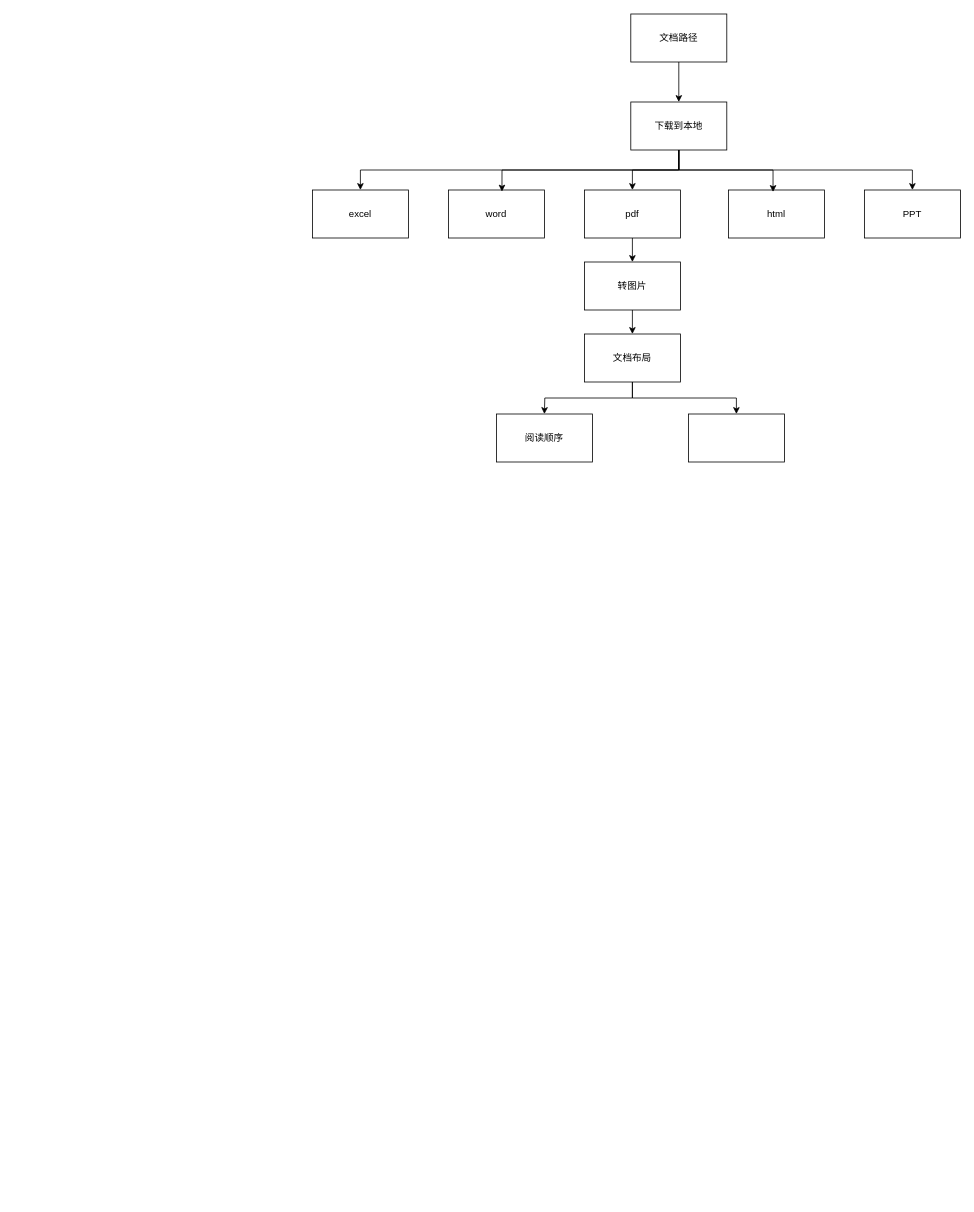
This is Untitled Diagram.drawio from archwolf118/AI, a draw.io file, before an edit. Source tidied: cells renumbered, new cells numbered last; positions are measured from the earlier drawing's top-left corner, leaving out a move shared by most shapes. Both pictures are drawn from the tidied source at 80%, with x=0, y=0 at pixel (312, 14).
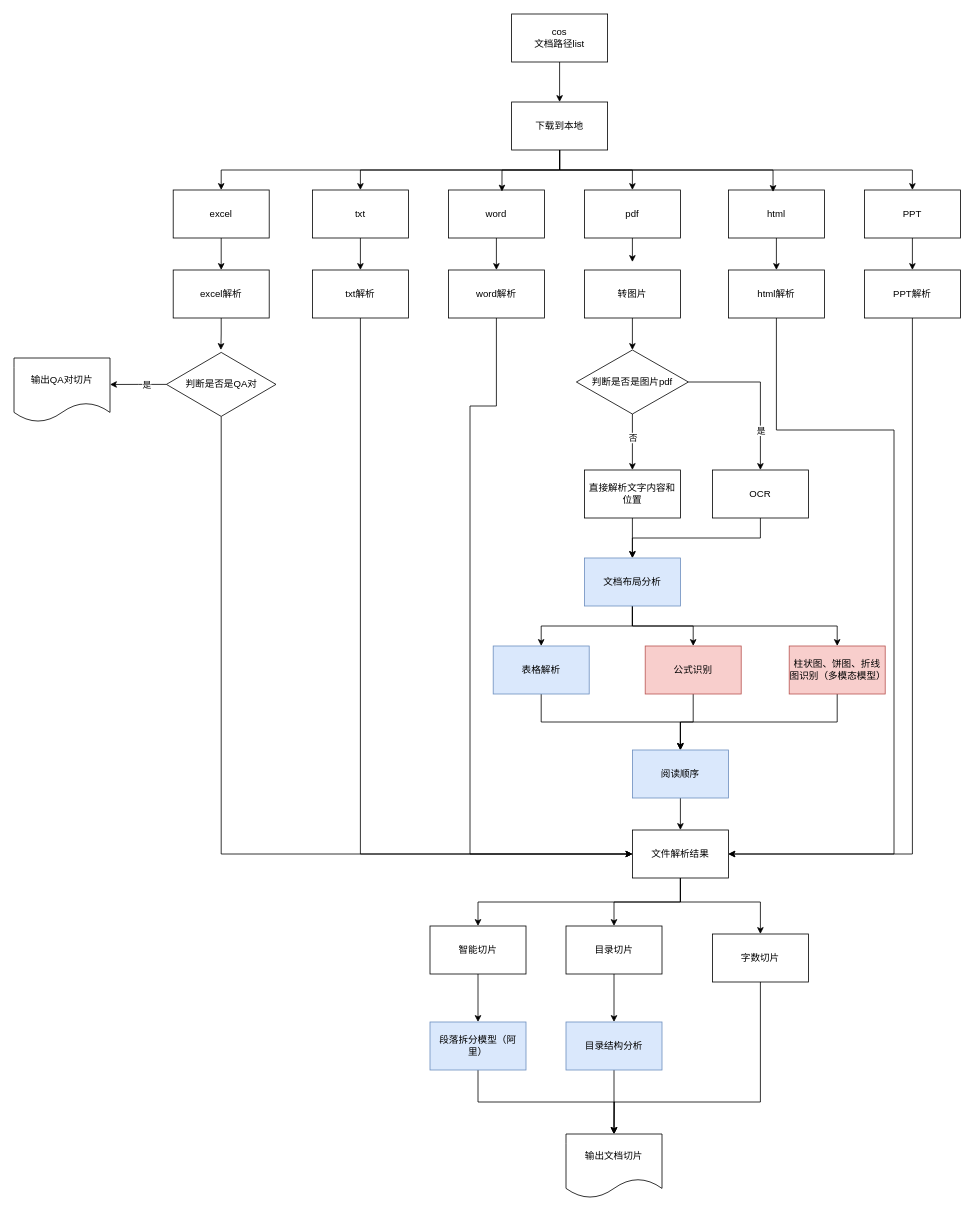
Above is the later version.

The change refers to these unchanged cells:
```xml
<mxCell id="9" value="word" style="rounded=0;whiteSpace=wrap;html=1;" parent="1" vertex="1">
  <mxGeometry x="170" y="220" width="120" height="60" as="geometry" />
</mxCell>
<mxCell id="11" value="pdf" style="rounded=0;whiteSpace=wrap;html=1;" parent="1" vertex="1">
  <mxGeometry x="340" y="220" width="120" height="60" as="geometry" />
</mxCell>
<mxCell id="12" value="html" style="rounded=0;whiteSpace=wrap;html=1;" parent="1" vertex="1">
  <mxGeometry x="520" y="220" width="120" height="60" as="geometry" />
</mxCell>
<mxCell id="15" value="PPT" style="rounded=0;whiteSpace=wrap;html=1;" parent="1" vertex="1">
  <mxGeometry x="690" y="220" width="120" height="60" as="geometry" />
</mxCell>
```

What changed in the source:
```diff
@@
-    <mxCell id="3" value="文档路径" style="rounded=0;whiteSpace=wrap;html=1;" parent="1" vertex="1">
-      <mxGeometry x="398" width="120" height="60" as="geometry" />
+    <mxCell id="3" value="cos&lt;div&gt;文档路径list&lt;/div&gt;" style="rounded=0;whiteSpace=wrap;html=1;" parent="1" vertex="1">
+      <mxGeometry x="249" width="120" height="60" as="geometry" />
     </mxCell>
@@
+    <mxCell id="23" style="edgeStyle=orthogonalEdgeStyle;rounded=0;jettySize=auto;html=1;exitX=0.5;exitY=1;exitDx=0;exitDy=0;" parent="1" edge="1" source="7" target="45">
+      <mxGeometry relative="1" as="geometry" />
+    </mxCell>
     <mxCell id="7" value="下载到本地" style="rounded=0;whiteSpace=wrap;html=1;" parent="1" vertex="1">
-      <mxGeometry x="398" y="110" width="120" height="60" as="geometry" />
+      <mxGeometry x="249" y="110" width="120" height="60" as="geometry" />
     </mxCell>
+    <mxCell id="24" style="edgeStyle=orthogonalEdgeStyle;rounded=0;jettySize=auto;html=1;exitX=0.5;exitY=1;exitDx=0;exitDy=0;entryX=0.5;entryY=0;entryDx=0;entryDy=0;" parent="1" edge="1" source="8" target="64">
+      <mxGeometry relative="1" as="geometry" />
+    </mxCell>
-    <mxCell id="8" value="excel" style="rounded=0;whiteSpace=wrap;html=1;" parent="1" vertex="1">
+    <mxCell id="8" value="txt" style="rounded=0;whiteSpace=wrap;html=1;" parent="1" vertex="1">
       <mxGeometry y="220" width="120" height="60" as="geometry" />
     </mxCell>
+    <mxCell id="25" style="edgeStyle=orthogonalEdgeStyle;rounded=0;jettySize=auto;html=1;exitX=0.5;exitY=1;exitDx=0;exitDy=0;entryX=0.5;entryY=0;entryDx=0;entryDy=0;" parent="1" edge="1" source="9" target="62">
+      <mxGeometry relative="1" as="geometry" />
+    </mxCell>
@@
-    <mxCell id="10" style="edgeStyle=orthogonalEdgeStyle;rounded=0;jettySize=auto;html=1;exitX=0.5;exitY=1;exitDx=0;exitDy=0;entryX=0.5;entryY=0;entryDx=0;entryDy=0;" parent="1" edge="1" source="11" target="17">
-      <mxGeometry relative="1" as="geometry" />
-    </mxCell>
+    <mxCell id="26" style="edgeStyle=orthogonalEdgeStyle;rounded=0;jettySize=auto;html=1;exitX=0.5;exitY=1;exitDx=0;exitDy=0;entryX=0.5;entryY=0;entryDx=0;entryDy=0;" parent="1" edge="1" source="11">
+      <mxGeometry relative="1" as="geometry">
+        <mxPoint x="400" y="310" as="targetPoint" />
+      </mxGeometry>
+    </mxCell>
@@
+    <mxCell id="27" style="edgeStyle=orthogonalEdgeStyle;rounded=0;jettySize=auto;html=1;exitX=0.5;exitY=1;exitDx=0;exitDy=0;" parent="1" edge="1" source="12" target="55">
+      <mxGeometry relative="1" as="geometry" />
+    </mxCell>
@@
+    <mxCell id="28" style="edgeStyle=orthogonalEdgeStyle;rounded=0;jettySize=auto;html=1;exitX=0.5;exitY=1;exitDx=0;exitDy=0;entryX=0.5;entryY=0;entryDx=0;entryDy=0;" parent="1" edge="1" source="15" target="57">
+      <mxGeometry relative="1" as="geometry" />
+    </mxCell>
@@
-    <mxCell id="16" style="edgeStyle=orthogonalEdgeStyle;rounded=0;jettySize=auto;html=1;exitX=0.5;exitY=1;exitDx=0;exitDy=0;" parent="1" edge="1" source="17">
-      <mxGeometry relative="1" as="geometry">
-        <mxPoint x="400" y="400" as="targetPoint" />
-      </mxGeometry>
-    </mxCell>
-    <mxCell id="17" value="转图片" style="rounded=0;whiteSpace=wrap;html=1;" parent="1" vertex="1">
-      <mxGeometry x="340" y="310" width="120" height="60" as="geometry" />
-    </mxCell>
-    <mxCell id="18" style="edgeStyle=orthogonalEdgeStyle;rounded=0;jettySize=auto;html=1;exitX=0.5;exitY=1;exitDx=0;exitDy=0;" parent="1" edge="1" source="20">
-      <mxGeometry relative="1" as="geometry">
-        <mxPoint x="290" y="500" as="targetPoint" />
-      </mxGeometry>
-    </mxCell>
-    <mxCell id="19" style="edgeStyle=orthogonalEdgeStyle;rounded=0;jettySize=auto;html=1;exitX=0.5;exitY=1;exitDx=0;exitDy=0;" parent="1" edge="1" source="20" target="22">
-      <mxGeometry relative="1" as="geometry" />
-    </mxCell>
-    <mxCell id="20" value="文档布局" style="rounded=0;whiteSpace=wrap;html=1;" parent="1" vertex="1">
-      <mxGeometry x="340" y="400" width="120" height="60" as="geometry" />
-    </mxCell>
+    <mxCell id="29" style="edgeStyle=orthogonalEdgeStyle;rounded=0;jettySize=auto;html=1;exitX=0.5;exitY=1;exitDx=0;exitDy=0;entryX=0.5;entryY=0;entryDx=0;entryDy=0;" parent="1" edge="1" source="21" target="66">
+      <mxGeometry relative="1" as="geometry" />
+    </mxCell>
-    <mxCell id="21" value="阅读顺序" style="rounded=0;whiteSpace=wrap;html=1;" parent="1" vertex="1">
-      <mxGeometry x="230" y="500" width="120" height="60" as="geometry" />
+    <mxCell id="21" value="表格解析" style="rounded=0;whiteSpace=wrap;html=1;fillColor=#dae8fc;strokeColor=#6c8ebf;" parent="1" vertex="1">
+      <mxGeometry x="226" y="790" width="120" height="60" as="geometry" />
     </mxCell>
+    <mxCell id="30" style="edgeStyle=orthogonalEdgeStyle;rounded=0;jettySize=auto;html=1;exitX=0.5;exitY=1;exitDx=0;exitDy=0;entryX=0.5;entryY=0;entryDx=0;entryDy=0;" parent="1" edge="1" source="22" target="35">
+      <mxGeometry relative="1" as="geometry" />
+    </mxCell>
-    <mxCell id="22" style="rounded=0;whiteSpace=wrap;html=1;" parent="1" vertex="1">
-      <mxGeometry x="470" y="500" width="120" height="60" as="geometry" />
+    <mxCell id="22" value="转图片" style="rounded=0;whiteSpace=wrap;html=1;" parent="1" vertex="1">
+      <mxGeometry x="340" y="320" width="120" height="60" as="geometry" />
     </mxCell>
+    <mxCell id="31" style="edgeStyle=orthogonalEdgeStyle;rounded=0;jettySize=auto;html=1;exitX=1;exitY=0.5;exitDx=0;exitDy=0;" parent="1" edge="1" source="35" target="37">
+      <mxGeometry relative="1" as="geometry" />
+    </mxCell>
+    <mxCell id="32" value="是" style="edgeLabel;html=1;align=center;verticalAlign=middle;" parent="31" vertex="1">
+      <mxGeometry x="-0.05" relative="1" as="geometry">
+        <mxPoint y="55" as="offset" />
+      </mxGeometry>
+    </mxCell>
+    <mxCell id="33" style="edgeStyle=orthogonalEdgeStyle;rounded=0;jettySize=auto;html=1;exitX=0.5;exitY=1;exitDx=0;exitDy=0;" parent="1" edge="1" source="35">
+      <mxGeometry relative="1" as="geometry">
+        <mxPoint x="400" y="570" as="targetPoint" />
+      </mxGeometry>
+    </mxCell>
+    <mxCell id="34" value="否" style="edgeLabel;html=1;align=center;verticalAlign=middle;" parent="33" vertex="1">
+      <mxGeometry x="-0.23" y="2" relative="1" as="geometry">
+        <mxPoint x="-2" y="2" as="offset" />
+      </mxGeometry>
+    </mxCell>
+    <mxCell id="35" value="判断是否是图片pdf" style="rhombus;whiteSpace=wrap;html=1;" parent="1" vertex="1">
+      <mxGeometry x="330" y="420" width="140" height="80" as="geometry" />
+    </mxCell>
+    <mxCell id="36" style="edgeStyle=orthogonalEdgeStyle;rounded=0;jettySize=auto;html=1;exitX=0.5;exitY=1;exitDx=0;exitDy=0;entryX=0.5;entryY=0;entryDx=0;entryDy=0;" parent="1" edge="1" source="37" target="43">
+      <mxGeometry relative="1" as="geometry" />
+    </mxCell>
+    <mxCell id="37" value="OCR" style="rounded=0;whiteSpace=wrap;html=1;" parent="1" vertex="1">
+      <mxGeometry x="500" y="570" width="120" height="60" as="geometry" />
+    </mxCell>
+    <mxCell id="38" style="edgeStyle=orthogonalEdgeStyle;rounded=0;jettySize=auto;html=1;exitX=0.5;exitY=1;exitDx=0;exitDy=0;" parent="1" edge="1" source="39" target="43">
+      <mxGeometry relative="1" as="geometry" />
+    </mxCell>
+    <mxCell id="39" value="直接解析文字内容和位置" style="rounded=0;whiteSpace=wrap;html=1;" parent="1" vertex="1">
+      <mxGeometry x="340" y="570" width="120" height="60" as="geometry" />
+    </mxCell>
+    <mxCell id="40" style="edgeStyle=orthogonalEdgeStyle;rounded=0;jettySize=auto;html=1;exitX=0.5;exitY=1;exitDx=0;exitDy=0;entryX=0.5;entryY=0;entryDx=0;entryDy=0;" parent="1" edge="1" source="43" target="21">
+      <mxGeometry relative="1" as="geometry" />
+    </mxCell>
+    <mxCell id="41" style="edgeStyle=orthogonalEdgeStyle;rounded=0;jettySize=auto;html=1;exitX=0.5;exitY=1;exitDx=0;exitDy=0;entryX=0.5;entryY=0;entryDx=0;entryDy=0;" parent="1" edge="1" source="43" target="47">
+      <mxGeometry relative="1" as="geometry" />
+    </mxCell>
+    <mxCell id="42" style="edgeStyle=orthogonalEdgeStyle;rounded=0;jettySize=auto;html=1;exitX=0.5;exitY=1;exitDx=0;exitDy=0;entryX=0.5;entryY=0;entryDx=0;entryDy=0;" parent="1" edge="1" source="43" target="49">
+      <mxGeometry relative="1" as="geometry" />
+    </mxCell>
+    <mxCell id="43" value="文档布局分析" style="rounded=0;whiteSpace=wrap;html=1;fillColor=#dae8fc;strokeColor=#6c8ebf;" parent="1" vertex="1">
+      <mxGeometry x="340" y="680" width="120" height="60" as="geometry" />
+    </mxCell>
+    <mxCell id="44" style="edgeStyle=orthogonalEdgeStyle;rounded=0;jettySize=auto;html=1;exitX=0.5;exitY=1;exitDx=0;exitDy=0;entryX=0.5;entryY=0;entryDx=0;entryDy=0;" parent="1" edge="1" source="45" target="59">
+      <mxGeometry relative="1" as="geometry" />
+    </mxCell>
+    <mxCell id="45" value="excel" style="rounded=0;whiteSpace=wrap;html=1;" parent="1" vertex="1">
+      <mxGeometry x="-174" y="220" width="120" height="60" as="geometry" />
+    </mxCell>
+    <mxCell id="46" style="edgeStyle=orthogonalEdgeStyle;rounded=0;jettySize=auto;html=1;exitX=0.5;exitY=1;exitDx=0;exitDy=0;entryX=0.5;entryY=0;entryDx=0;entryDy=0;" parent="1" edge="1" source="47" target="66">
+      <mxGeometry relative="1" as="geometry" />
+    </mxCell>
+    <mxCell id="47" value="公式识别" style="rounded=0;whiteSpace=wrap;html=1;fillColor=#f8cecc;strokeColor=#b85450;" parent="1" vertex="1">
+      <mxGeometry x="416" y="790" width="120" height="60" as="geometry" />
+    </mxCell>
+    <mxCell id="48" style="edgeStyle=orthogonalEdgeStyle;rounded=0;jettySize=auto;html=1;exitX=0.5;exitY=1;exitDx=0;exitDy=0;entryX=0.5;entryY=0;entryDx=0;entryDy=0;" parent="1" edge="1" source="49" target="66">
+      <mxGeometry relative="1" as="geometry" />
+    </mxCell>
+    <mxCell id="49" value="柱状图、饼图、折线图识别（多模态模型）" style="rounded=0;whiteSpace=wrap;html=1;fillColor=#f8cecc;strokeColor=#b85450;" parent="1" vertex="1">
+      <mxGeometry x="596" y="790" width="120" height="60" as="geometry" />
+    </mxCell>
+    <mxCell id="50" style="edgeStyle=orthogonalEdgeStyle;rounded=0;jettySize=auto;html=1;exitX=0;exitY=0.5;exitDx=0;exitDy=0;" parent="1" edge="1" source="53">
+      <mxGeometry relative="1" as="geometry">
+        <mxPoint x="-253" y="463.1" as="targetPoint" />
+      </mxGeometry>
+    </mxCell>
+    <mxCell id="51" value="是" style="edgeLabel;html=1;align=center;verticalAlign=middle;" parent="50" vertex="1">
+      <mxGeometry x="-0.31" relative="1" as="geometry" />
+    </mxCell>
+    <mxCell id="52" style="edgeStyle=orthogonalEdgeStyle;rounded=0;jettySize=auto;html=1;exitX=0.5;exitY=1;exitDx=0;exitDy=0;entryX=0;entryY=0.5;entryDx=0;entryDy=0;" parent="1" edge="1" source="53" target="70">
+      <mxGeometry relative="1" as="geometry" />
+    </mxCell>
+    <mxCell id="53" value="判断是否是QA对" style="rhombus;whiteSpace=wrap;html=1;" parent="1" vertex="1">
+      <mxGeometry x="-182.5" y="423" width="137" height="80" as="geometry" />
+    </mxCell>
+    <mxCell id="54" style="edgeStyle=orthogonalEdgeStyle;rounded=0;jettySize=auto;html=1;exitX=0.5;exitY=1;exitDx=0;exitDy=0;entryX=1;entryY=0.5;entryDx=0;entryDy=0;" parent="1" edge="1" source="55" target="70">
+      <mxGeometry relative="1" as="geometry">
+        <Array as="points">
+          <mxPoint x="580" y="520" />
+          <mxPoint x="727" y="520" />
+          <mxPoint x="727" y="1050" />
+        </Array>
+      </mxGeometry>
+    </mxCell>
+    <mxCell id="55" value="html解析" style="rounded=0;whiteSpace=wrap;html=1;" parent="1" vertex="1">
+      <mxGeometry x="520" y="320" width="120" height="60" as="geometry" />
+    </mxCell>
+    <mxCell id="56" style="edgeStyle=orthogonalEdgeStyle;rounded=0;jettySize=auto;html=1;exitX=0.5;exitY=1;exitDx=0;exitDy=0;entryX=1;entryY=0.5;entryDx=0;entryDy=0;" parent="1" edge="1" source="57" target="70">
+      <mxGeometry relative="1" as="geometry" />
+    </mxCell>
+    <mxCell id="57" value="PPT解析" style="rounded=0;whiteSpace=wrap;html=1;" parent="1" vertex="1">
+      <mxGeometry x="690" y="320" width="120" height="60" as="geometry" />
+    </mxCell>
+    <mxCell id="58" style="edgeStyle=orthogonalEdgeStyle;rounded=0;jettySize=auto;html=1;exitX=0.5;exitY=1;exitDx=0;exitDy=0;" parent="1" edge="1" source="59">
+      <mxGeometry relative="1" as="geometry">
+        <mxPoint x="-114.4" y="420" as="targetPoint" />
+      </mxGeometry>
+    </mxCell>
+    <mxCell id="59" value="excel解析" style="rounded=0;whiteSpace=wrap;html=1;" parent="1" vertex="1">
+      <mxGeometry x="-174" y="320" width="120" height="60" as="geometry" />
+    </mxCell>
+    <mxCell id="60" value="输出QA对切片" style="shape=document;whiteSpace=wrap;html=1;boundedLbl=1;" parent="1" vertex="1">
+      <mxGeometry x="-373" y="430" width="120" height="80" as="geometry" />
+    </mxCell>
+    <mxCell id="61" style="edgeStyle=orthogonalEdgeStyle;rounded=0;jettySize=auto;html=1;exitX=0.5;exitY=1;exitDx=0;exitDy=0;entryX=0;entryY=0.5;entryDx=0;entryDy=0;" parent="1" edge="1" source="62" target="70">
+      <mxGeometry relative="1" as="geometry">
+        <Array as="points">
+          <mxPoint x="230" y="490" />
+          <mxPoint x="197" y="490" />
+          <mxPoint x="197" y="1050" />
+        </Array>
+      </mxGeometry>
+    </mxCell>
+    <mxCell id="62" value="word解析" style="rounded=0;whiteSpace=wrap;html=1;" parent="1" vertex="1">
+      <mxGeometry x="170" y="320" width="120" height="60" as="geometry" />
+    </mxCell>
+    <mxCell id="63" style="edgeStyle=orthogonalEdgeStyle;rounded=0;jettySize=auto;html=1;exitX=0.5;exitY=1;exitDx=0;exitDy=0;entryX=0;entryY=0.5;entryDx=0;entryDy=0;" parent="1" edge="1" source="64" target="70">
+      <mxGeometry relative="1" as="geometry" />
+    </mxCell>
+    <mxCell id="64" value="txt解析" style="rounded=0;whiteSpace=wrap;html=1;" parent="1" vertex="1">
+      <mxGeometry y="320" width="120" height="60" as="geometry" />
+    </mxCell>
+    <mxCell id="65" style="edgeStyle=orthogonalEdgeStyle;rounded=0;jettySize=auto;html=1;exitX=0.5;exitY=1;exitDx=0;exitDy=0;" parent="1" edge="1" source="66" target="70">
+      <mxGeometry relative="1" as="geometry" />
+    </mxCell>
+    <mxCell id="66" value="阅读顺序" style="rounded=0;whiteSpace=wrap;html=1;fillColor=#dae8fc;strokeColor=#6c8ebf;" parent="1" vertex="1">
+      <mxGeometry x="400" y="920" width="120" height="60" as="geometry" />
+    </mxCell>
+    <mxCell id="67" style="edgeStyle=orthogonalEdgeStyle;rounded=0;jettySize=auto;html=1;exitX=0.5;exitY=1;exitDx=0;exitDy=0;entryX=0.5;entryY=0;entryDx=0;entryDy=0;" parent="1" edge="1" source="70" target="72">
+      <mxGeometry relative="1" as="geometry" />
+    </mxCell>
+    <mxCell id="68" style="edgeStyle=orthogonalEdgeStyle;rounded=0;jettySize=auto;html=1;exitX=0.5;exitY=1;exitDx=0;exitDy=0;entryX=0.5;entryY=0;entryDx=0;entryDy=0;" parent="1" edge="1" source="70" target="74">
+      <mxGeometry relative="1" as="geometry">
+        <Array as="points">
+          <mxPoint x="460" y="1110" />
+          <mxPoint x="560" y="1110" />
+        </Array>
+      </mxGeometry>
+    </mxCell>
+    <mxCell id="69" style="edgeStyle=orthogonalEdgeStyle;rounded=0;jettySize=auto;html=1;exitX=0.5;exitY=1;exitDx=0;exitDy=0;" parent="1" edge="1" source="70" target="76">
+      <mxGeometry relative="1" as="geometry" />
+    </mxCell>
+    <mxCell id="70" value="文件解析结果" style="rounded=0;whiteSpace=wrap;html=1;" parent="1" vertex="1">
+      <mxGeometry x="400" y="1020" width="120" height="60" as="geometry" />
+    </mxCell>
+    <mxCell id="71" style="edgeStyle=orthogonalEdgeStyle;rounded=0;jettySize=auto;html=1;exitX=0.5;exitY=1;exitDx=0;exitDy=0;entryX=0.5;entryY=0;entryDx=0;entryDy=0;" parent="1" edge="1" source="72" target="78">
+      <mxGeometry relative="1" as="geometry" />
+    </mxCell>
+    <mxCell id="72" value="目录切片" style="rounded=0;whiteSpace=wrap;html=1;" parent="1" vertex="1">
+      <mxGeometry x="317" y="1140" width="120" height="60" as="geometry" />
+    </mxCell>
+    <mxCell id="73" style="edgeStyle=orthogonalEdgeStyle;rounded=0;jettySize=auto;html=1;exitX=0.5;exitY=1;exitDx=0;exitDy=0;entryX=0.5;entryY=0;entryDx=0;entryDy=0;" parent="1" edge="1" source="74" target="79">
+      <mxGeometry relative="1" as="geometry">
+        <Array as="points">
+          <mxPoint x="560" y="1360" />
+          <mxPoint x="377" y="1360" />
+        </Array>
+      </mxGeometry>
+    </mxCell>
+    <mxCell id="74" value="字数切片" style="rounded=0;whiteSpace=wrap;html=1;" parent="1" vertex="1">
+      <mxGeometry x="500" y="1150" width="120" height="60" as="geometry" />
+    </mxCell>
+    <mxCell id="75" style="edgeStyle=orthogonalEdgeStyle;rounded=0;jettySize=auto;html=1;exitX=0.5;exitY=1;exitDx=0;exitDy=0;entryX=0.5;entryY=0;entryDx=0;entryDy=0;" parent="1" edge="1" source="76" target="81">
+      <mxGeometry relative="1" as="geometry" />
+    </mxCell>
+    <mxCell id="76" value="智能切片" style="rounded=0;whiteSpace=wrap;html=1;" parent="1" vertex="1">
+      <mxGeometry x="147" y="1140" width="120" height="60" as="geometry" />
+    </mxCell>
+    <mxCell id="77" style="edgeStyle=orthogonalEdgeStyle;rounded=0;jettySize=auto;html=1;exitX=0.5;exitY=1;exitDx=0;exitDy=0;entryX=0.5;entryY=0;entryDx=0;entryDy=0;" parent="1" edge="1" source="78" target="79">
+      <mxGeometry relative="1" as="geometry" />
+    </mxCell>
+    <mxCell id="78" value="目录结构分析" style="rounded=0;whiteSpace=wrap;html=1;fillColor=#dae8fc;strokeColor=#6c8ebf;" parent="1" vertex="1">
+      <mxGeometry x="317" y="1260" width="120" height="60" as="geometry" />
+    </mxCell>
+    <mxCell id="79" value="输出文档切片" style="shape=document;whiteSpace=wrap;html=1;boundedLbl=1;" parent="1" vertex="1">
+      <mxGeometry x="317" y="1400" width="120" height="80" as="geometry" />
+    </mxCell>
+    <mxCell id="80" style="edgeStyle=orthogonalEdgeStyle;rounded=0;jettySize=auto;html=1;exitX=0.5;exitY=1;exitDx=0;exitDy=0;" parent="1" edge="1" source="81">
+      <mxGeometry relative="1" as="geometry">
+        <mxPoint x="377" y="1400" as="targetPoint" />
+      </mxGeometry>
+    </mxCell>
+    <mxCell id="81" value="段落拆分模型（阿里&lt;span style=&quot;background-color: initial;&quot;&gt;）&lt;/span&gt;" style="rounded=0;whiteSpace=wrap;html=1;fillColor=#dae8fc;strokeColor=#6c8ebf;" parent="1" vertex="1">
+      <mxGeometry x="147" y="1260" width="120" height="60" as="geometry" />
+    </mxCell>
```
